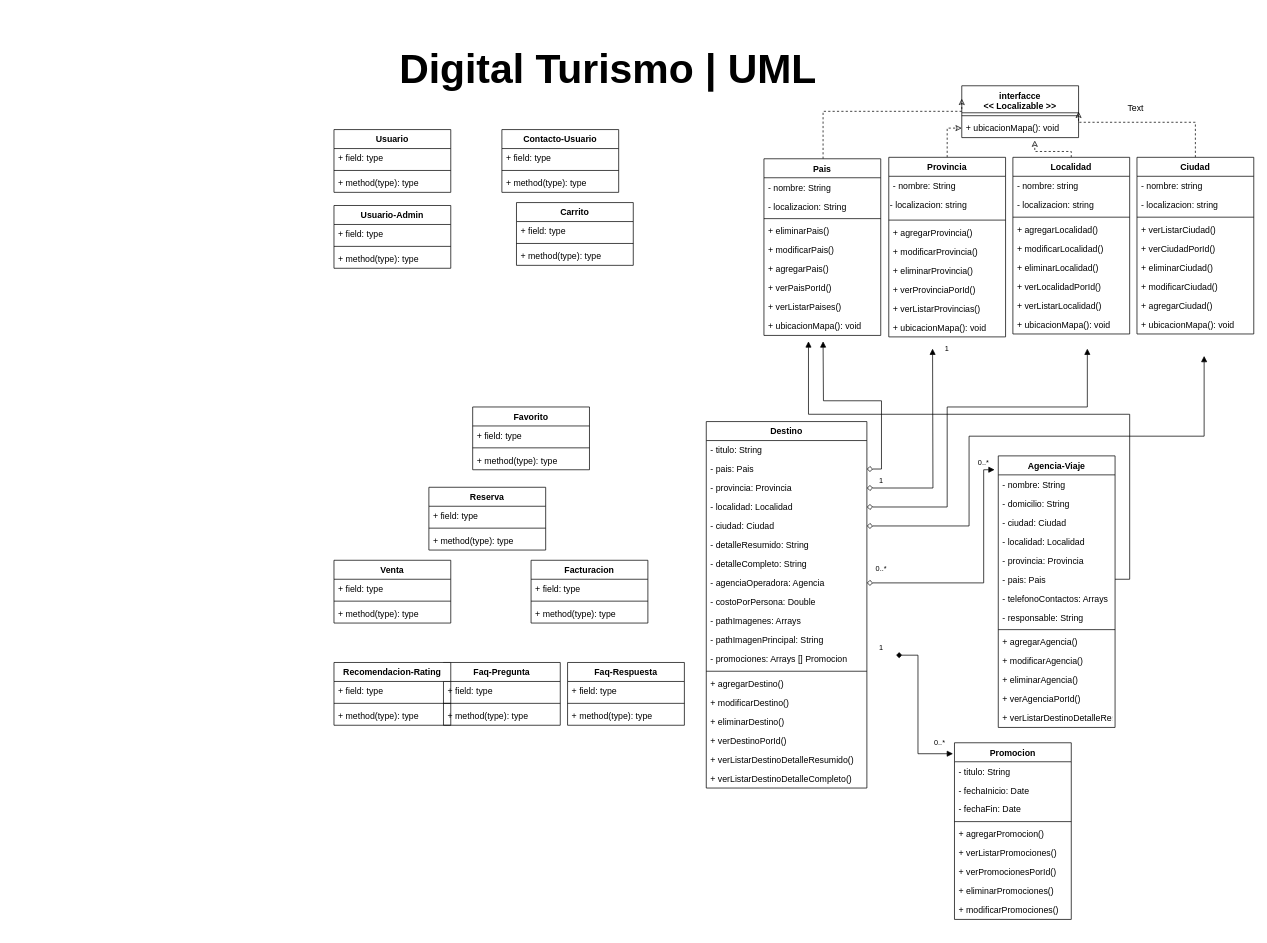
Above: DigitalTurismo-UML-pabloSP.drawio in pablopetito/digitalturismo (draw.io), before the change. Source tidied: cells renumbered, new cells numbered last; positions are measured from the earlier drawing's top-left corner, leaving out a move shared by most shapes. Both pictures are drawn from the tidied source at 73%, with x=0, y=0 at pixel (334, 43).
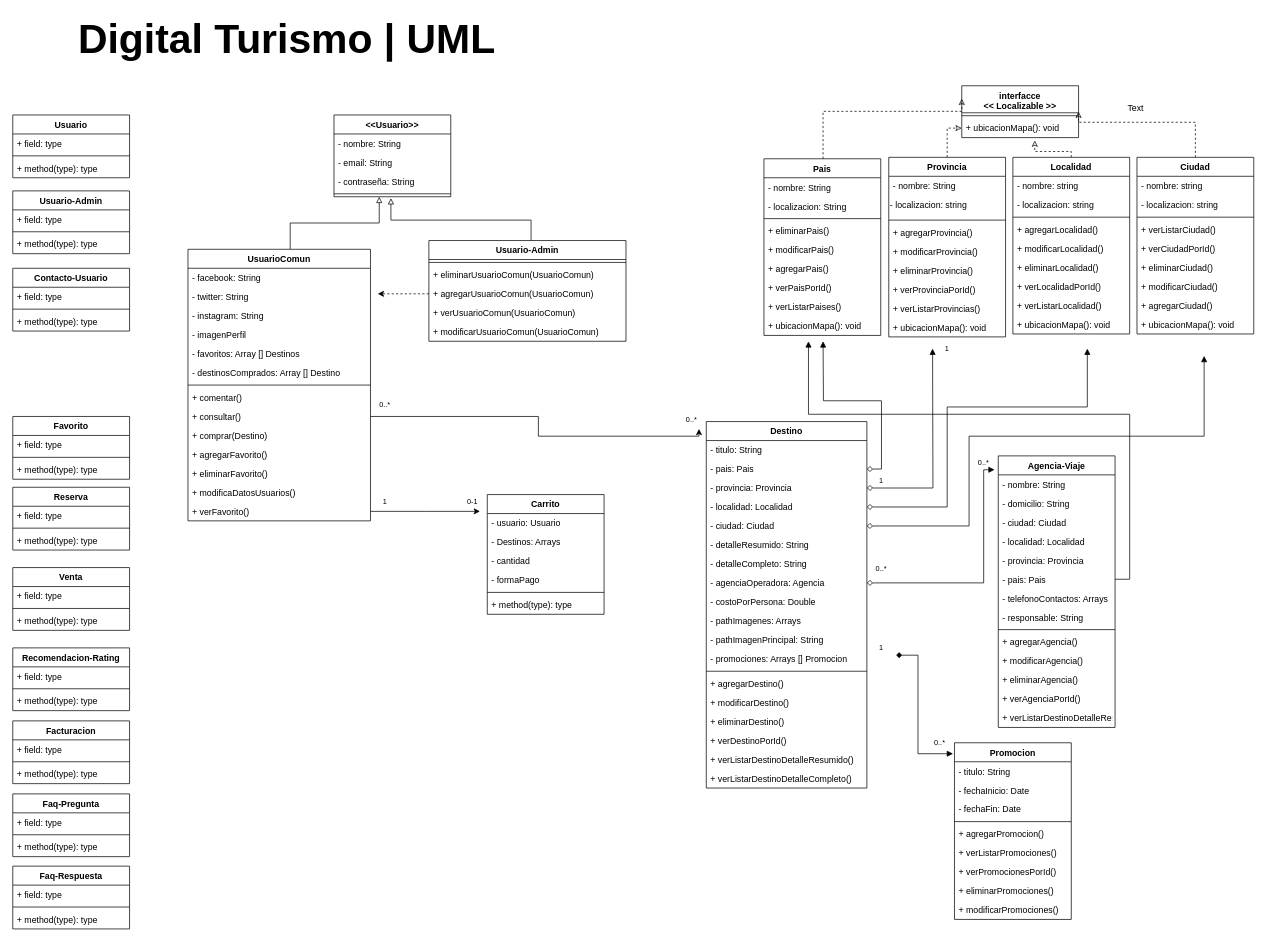
The same page after the edit.

Diff of the diagram source:
```diff
@@
     <mxCell id="2" value="Usuario" style="swimlane;fontStyle=1;align=center;verticalAlign=top;horizontal=1;startSize=26;" parent="1" vertex="1">
-      <mxGeometry y="118" width="160" height="86" as="geometry" />
+      <mxGeometry x="-440" y="98" width="160" height="86" as="geometry" />
     </mxCell>
@@
     <mxCell id="48" value="Favorito" style="swimlane;fontStyle=1;align=center;verticalAlign=top;horizontal=1;startSize=26;" parent="1" vertex="1">
-      <mxGeometry x="190" y="498" width="160" height="86" as="geometry" />
+      <mxGeometry x="-440" y="511" width="160" height="86" as="geometry" />
     </mxCell>
@@
     <mxCell id="62" value="Contacto-Usuario" style="swimlane;fontStyle=1;align=center;verticalAlign=top;horizontal=1;startSize=26;" parent="1" vertex="1">
-      <mxGeometry x="230" y="118" width="160" height="86" as="geometry" />
+      <mxGeometry x="-440" y="308" width="160" height="86" as="geometry" />
     </mxCell>
@@
     <mxCell id="66" value="Faq-Pregunta" style="swimlane;fontStyle=1;align=center;verticalAlign=top;horizontal=1;startSize=26;" parent="1" vertex="1">
-      <mxGeometry x="150" y="848" width="160" height="86" as="geometry" />
+      <mxGeometry x="-440" y="1028" width="160" height="86" as="geometry" />
     </mxCell>
@@
     <mxCell id="70" value="Faq-Respuesta" style="swimlane;fontStyle=1;align=center;verticalAlign=top;horizontal=1;startSize=26;" parent="1" vertex="1">
-      <mxGeometry x="320" y="848" width="160" height="86" as="geometry" />
+      <mxGeometry x="-440" y="1127" width="160" height="86" as="geometry" />
     </mxCell>
@@
     <mxCell id="74" value="Digital Turismo | UML" style="text;html=1;align=center;verticalAlign=middle;fontSize=56;fontStyle=1;" parent="1" vertex="1">
-      <mxGeometry x="80" width="590" height="70" as="geometry" />
+      <mxGeometry x="-360" y="-42" width="590" height="70" as="geometry" />
     </mxCell>
     <mxCell id="75" value="Usuario-Admin" style="swimlane;fontStyle=1;align=center;verticalAlign=top;horizontal=1;startSize=26;" parent="1" vertex="1">
-      <mxGeometry y="222" width="160" height="86" as="geometry" />
+      <mxGeometry x="-440" y="202" width="160" height="86" as="geometry" />
     </mxCell>
@@
     <mxCell id="79" value="Carrito" style="swimlane;fontStyle=1;align=center;verticalAlign=top;horizontal=1;startSize=26;fontSize=12;" parent="1" vertex="1">
-      <mxGeometry x="250" y="218" width="160" height="86" as="geometry" />
+      <mxGeometry x="210" y="618" width="160" height="164" as="geometry" />
     </mxCell>
-    <mxCell id="80" value="+ field: type" style="text;strokeColor=none;fillColor=none;align=left;verticalAlign=top;spacingLeft=4;spacingRight=4;overflow=hidden;points=[[0,0.5],[1,0.5]];portConstraint=eastwest;" parent="79" vertex="1">
+    <mxCell id="80" value="- usuario: Usuario&#10;" style="text;strokeColor=none;fillColor=none;align=left;verticalAlign=top;spacingLeft=4;spacingRight=4;overflow=hidden;points=[[0,0.5],[1,0.5]];portConstraint=eastwest;" parent="79" vertex="1">
       <mxGeometry y="26" width="160" height="26" as="geometry" />
     </mxCell>
+    <mxCell id="155" value="- Destinos: Arrays&#10;" style="text;strokeColor=none;fillColor=none;align=left;verticalAlign=top;spacingLeft=4;spacingRight=4;overflow=hidden;" parent="79" vertex="1">
+      <mxGeometry y="52" width="160" height="26" as="geometry" />
+    </mxCell>
+    <mxCell id="156" value="- cantidad&#10;" style="text;strokeColor=none;fillColor=none;align=left;verticalAlign=top;spacingLeft=4;spacingRight=4;overflow=hidden;" parent="79" vertex="1">
+      <mxGeometry y="78" width="160" height="26" as="geometry" />
+    </mxCell>
+    <mxCell id="157" value="- formaPago&#10;" style="text;strokeColor=none;fillColor=none;align=left;verticalAlign=top;spacingLeft=4;spacingRight=4;overflow=hidden;" parent="79" vertex="1">
+      <mxGeometry y="104" width="160" height="26" as="geometry" />
+    </mxCell>
     <mxCell id="81" style="line;strokeWidth=1;fillColor=none;align=left;verticalAlign=middle;spacingTop=-1;spacingLeft=3;spacingRight=3;labelPosition=right;" parent="79" vertex="1">
-      <mxGeometry y="52" width="160" height="8" as="geometry" />
+      <mxGeometry y="130" width="160" height="8" as="geometry" />
     </mxCell>
     <mxCell id="82" value="+ method(type): type" style="text;strokeColor=none;fillColor=none;align=left;verticalAlign=top;spacingLeft=4;spacingRight=4;overflow=hidden;" parent="79" vertex="1">
-      <mxGeometry y="60" width="160" height="26" as="geometry" />
+      <mxGeometry y="138" width="160" height="26" as="geometry" />
     </mxCell>
@@
     <mxCell id="84" value="Reserva" style="swimlane;fontStyle=1;align=center;verticalAlign=top;horizontal=1;startSize=26;fontSize=12;" parent="1" vertex="1">
-      <mxGeometry x="130" y="608" width="160" height="86" as="geometry" />
+      <mxGeometry x="-440" y="608" width="160" height="86" as="geometry" />
     </mxCell>
@@
     <mxCell id="88" value="Venta" style="swimlane;fontStyle=1;align=center;verticalAlign=top;horizontal=1;startSize=26;fontSize=12;" parent="1" vertex="1">
-      <mxGeometry y="708" width="160" height="86" as="geometry" />
+      <mxGeometry x="-440" y="718" width="160" height="86" as="geometry" />
     </mxCell>
@@
     <mxCell id="92" value="Facturacion" style="swimlane;fontStyle=1;align=center;verticalAlign=top;horizontal=1;startSize=26;fontSize=12;" parent="1" vertex="1">
-      <mxGeometry x="270" y="708" width="160" height="86" as="geometry" />
+      <mxGeometry x="-440" y="928" width="160" height="86" as="geometry" />
     </mxCell>
@@
     <mxCell id="96" value="Recomendacion-Rating" style="swimlane;fontStyle=1;align=center;verticalAlign=top;horizontal=1;startSize=26;fontSize=12;" parent="1" vertex="1">
-      <mxGeometry y="848" width="160" height="86" as="geometry" />
+      <mxGeometry x="-440" y="828" width="160" height="86" as="geometry" />
     </mxCell>
@@
+    <mxCell id="158" value="&lt;&lt;Usuario&gt;&gt;" style="swimlane;fontStyle=1;align=center;verticalAlign=top;horizontal=1;startSize=26;" parent="1" vertex="1">
+      <mxGeometry y="98" width="160" height="112" as="geometry" />
+    </mxCell>
+    <mxCell id="159" value="- nombre: String " style="text;strokeColor=none;fillColor=none;align=left;verticalAlign=top;spacingLeft=4;spacingRight=4;overflow=hidden;" parent="158" vertex="1">
+      <mxGeometry y="26" width="160" height="26" as="geometry" />
+    </mxCell>
+    <mxCell id="160" value="- email: String" style="text;strokeColor=none;fillColor=none;align=left;verticalAlign=top;spacingLeft=4;spacingRight=4;overflow=hidden;" parent="158" vertex="1">
+      <mxGeometry y="52" width="160" height="26" as="geometry" />
+    </mxCell>
+    <mxCell id="161" value="- contraseña: String" style="text;strokeColor=none;fillColor=none;align=left;verticalAlign=top;spacingLeft=4;spacingRight=4;overflow=hidden;" parent="158" vertex="1">
+      <mxGeometry y="78" width="160" height="26" as="geometry" />
+    </mxCell>
+    <mxCell id="162" style="line;strokeWidth=1;fillColor=none;align=left;verticalAlign=middle;spacingTop=-1;spacingLeft=3;spacingRight=3;labelPosition=right;" parent="158" vertex="1">
+      <mxGeometry y="104" width="160" height="8" as="geometry" />
+    </mxCell>
+    <mxCell id="163" style="edgeStyle=orthogonalEdgeStyle;rounded=0;jettySize=auto;html=1;endArrow=block;endFill=0;" parent="1" edge="1" source="164">
+      <mxGeometry relative="1" as="geometry">
+        <mxPoint x="78" y="212" as="targetPoint" />
+        <Array as="points">
+          <mxPoint x="270" y="242" />
+          <mxPoint x="78" y="242" />
+        </Array>
+      </mxGeometry>
+    </mxCell>
+    <mxCell id="164" value="Usuario-Admin" style="swimlane;fontStyle=1;align=center;verticalAlign=top;horizontal=1;startSize=26;" parent="1" vertex="1">
+      <mxGeometry x="130" y="270" width="270" height="138" as="geometry" />
+    </mxCell>
+    <mxCell id="165" style="line;strokeWidth=1;fillColor=none;align=left;verticalAlign=middle;spacingTop=-1;spacingLeft=3;spacingRight=3;labelPosition=right;" parent="164" vertex="1">
+      <mxGeometry y="26" width="270" height="8" as="geometry" />
+    </mxCell>
+    <mxCell id="166" value="+ eliminarUsuarioComun(UsuarioComun)" style="text;strokeColor=none;fillColor=none;align=left;verticalAlign=top;spacingLeft=4;spacingRight=4;overflow=hidden;" parent="164" vertex="1">
+      <mxGeometry y="34" width="270" height="26" as="geometry" />
+    </mxCell>
+    <mxCell id="167" value="+ agregarUsuarioComun(UsuarioComun)" style="text;strokeColor=none;fillColor=none;align=left;verticalAlign=top;spacingLeft=4;spacingRight=4;overflow=hidden;points=[[0,0.5],[1,0.5]];portConstraint=eastwest;" parent="164" vertex="1">
+      <mxGeometry y="60" width="270" height="26" as="geometry" />
+    </mxCell>
+    <mxCell id="168" value="+ verUsuarioComun(UsuarioComun)" style="text;strokeColor=none;fillColor=none;align=left;verticalAlign=top;spacingLeft=4;spacingRight=4;overflow=hidden;" parent="164" vertex="1">
+      <mxGeometry y="86" width="270" height="26" as="geometry" />
+    </mxCell>
+    <mxCell id="169" value="+ modificarUsuarioComun(UsuarioComun)" style="text;strokeColor=none;fillColor=none;align=left;verticalAlign=top;spacingLeft=4;spacingRight=4;overflow=hidden;" parent="164" vertex="1">
+      <mxGeometry y="112" width="270" height="26" as="geometry" />
+    </mxCell>
+    <mxCell id="170" style="edgeStyle=orthogonalEdgeStyle;rounded=0;jettySize=auto;html=1;entryX=0.388;entryY=1;entryDx=0;entryDy=0;entryPerimeter=0;endArrow=block;endFill=0;" parent="1" edge="1" source="171">
+      <mxGeometry relative="1" as="geometry">
+        <mxPoint x="62" y="210" as="targetPoint" />
+        <Array as="points">
+          <mxPoint x="-60" y="246" />
+          <mxPoint x="62" y="246" />
+        </Array>
+      </mxGeometry>
+    </mxCell>
+    <mxCell id="171" value="UsuarioComun" style="swimlane;fontStyle=1;align=center;verticalAlign=top;horizontal=1;startSize=26;" parent="1" vertex="1">
+      <mxGeometry x="-200" y="282" width="250" height="372" as="geometry" />
+    </mxCell>
+    <mxCell id="172" value="- facebook: String " style="text;strokeColor=none;fillColor=none;align=left;verticalAlign=top;spacingLeft=4;spacingRight=4;overflow=hidden;" parent="171" vertex="1">
+      <mxGeometry y="26" width="250" height="26" as="geometry" />
+    </mxCell>
+    <mxCell id="173" value="- twitter: String " style="text;strokeColor=none;fillColor=none;align=left;verticalAlign=top;spacingLeft=4;spacingRight=4;overflow=hidden;" parent="171" vertex="1">
+      <mxGeometry y="52" width="250" height="26" as="geometry" />
+    </mxCell>
+    <mxCell id="174" value="- instagram: String " style="text;strokeColor=none;fillColor=none;align=left;verticalAlign=top;spacingLeft=4;spacingRight=4;overflow=hidden;" parent="171" vertex="1">
+      <mxGeometry y="78" width="250" height="26" as="geometry" />
+    </mxCell>
+    <mxCell id="175" value="- imagenPerfil" style="text;strokeColor=none;fillColor=none;align=left;verticalAlign=top;spacingLeft=4;spacingRight=4;overflow=hidden;" parent="171" vertex="1">
+      <mxGeometry y="104" width="250" height="26" as="geometry" />
+    </mxCell>
+    <mxCell id="176" value="- favoritos: Array [] Destinos" style="text;strokeColor=none;fillColor=none;align=left;verticalAlign=top;spacingLeft=4;spacingRight=4;overflow=hidden;" parent="171" vertex="1">
+      <mxGeometry y="130" width="250" height="26" as="geometry" />
+    </mxCell>
+    <mxCell id="177" value="- destinosComprados: Array [] Destino" style="text;strokeColor=none;fillColor=none;align=left;verticalAlign=top;spacingLeft=4;spacingRight=4;overflow=hidden;" parent="171" vertex="1">
+      <mxGeometry y="156" width="250" height="26" as="geometry" />
+    </mxCell>
+    <mxCell id="178" style="line;strokeWidth=1;fillColor=none;align=left;verticalAlign=middle;spacingTop=-1;spacingLeft=3;spacingRight=3;labelPosition=right;" parent="171" vertex="1">
+      <mxGeometry y="182" width="250" height="8" as="geometry" />
+    </mxCell>
+    <mxCell id="179" value="+ comentar()" style="text;strokeColor=none;fillColor=none;align=left;verticalAlign=top;spacingLeft=4;spacingRight=4;overflow=hidden;" parent="171" vertex="1">
+      <mxGeometry y="190" width="250" height="26" as="geometry" />
+    </mxCell>
+    <mxCell id="180" value="+ consultar()" style="text;strokeColor=none;fillColor=none;align=left;verticalAlign=top;spacingLeft=4;spacingRight=4;overflow=hidden;points=[[0,0.5],[1,0.5]];portConstraint=eastwest;" parent="171" vertex="1">
+      <mxGeometry y="216" width="250" height="26" as="geometry" />
+    </mxCell>
+    <mxCell id="181" value="+ comprar(Destino)" style="text;strokeColor=none;fillColor=none;align=left;verticalAlign=top;spacingLeft=4;spacingRight=4;overflow=hidden;" parent="171" vertex="1">
+      <mxGeometry y="242" width="250" height="26" as="geometry" />
+    </mxCell>
+    <mxCell id="182" value="+ agregarFavorito()" style="text;strokeColor=none;fillColor=none;align=left;verticalAlign=top;spacingLeft=4;spacingRight=4;overflow=hidden;" parent="171" vertex="1">
+      <mxGeometry y="268" width="250" height="26" as="geometry" />
+    </mxCell>
+    <mxCell id="183" value="+ eliminarFavorito()" style="text;strokeColor=none;fillColor=none;align=left;verticalAlign=top;spacingLeft=4;spacingRight=4;overflow=hidden;" parent="171" vertex="1">
+      <mxGeometry y="294" width="250" height="26" as="geometry" />
+    </mxCell>
+    <mxCell id="184" value="+ modificaDatosUsuarios()" style="text;strokeColor=none;fillColor=none;align=left;verticalAlign=top;spacingLeft=4;spacingRight=4;overflow=hidden;" parent="171" vertex="1">
+      <mxGeometry y="320" width="250" height="26" as="geometry" />
+    </mxCell>
+    <mxCell id="185" value="+ verFavorito()" style="text;strokeColor=none;fillColor=none;align=left;verticalAlign=top;spacingLeft=4;spacingRight=4;overflow=hidden;points=[[0,0.5],[1,0.5]];portConstraint=eastwest;" parent="171" vertex="1">
+      <mxGeometry y="346" width="250" height="26" as="geometry" />
+    </mxCell>
+    <mxCell id="186" value="0..*" style="text;html=1;strokeColor=none;fillColor=none;align=center;verticalAlign=middle;whiteSpace=wrap;rounded=0;fontSize=10;" parent="1" vertex="1">
+      <mxGeometry x="50" y="485" width="40" height="20" as="geometry" />
+    </mxCell>
+    <mxCell id="187" style="edgeStyle=orthogonalEdgeStyle;rounded=0;jettySize=auto;html=1;exitX=0;exitY=0.5;exitDx=0;exitDy=0;startArrow=none;startFill=0;dashed=1;" parent="1" edge="1" source="167">
+      <mxGeometry relative="1" as="geometry">
+        <mxPoint x="60" y="343" as="targetPoint" />
+      </mxGeometry>
+    </mxCell>
+    <mxCell id="188" style="edgeStyle=orthogonalEdgeStyle;rounded=0;jettySize=auto;html=1;" parent="1" edge="1" source="180">
+      <mxGeometry relative="1" as="geometry">
+        <mxPoint x="500" y="528" as="targetPoint" />
+        <Array as="points">
+          <mxPoint x="280" y="511" />
+          <mxPoint x="280" y="538" />
+          <mxPoint x="500" y="538" />
+        </Array>
+      </mxGeometry>
+    </mxCell>
+    <mxCell id="189" value="0..*" style="text;html=1;strokeColor=none;fillColor=none;align=center;verticalAlign=middle;whiteSpace=wrap;rounded=0;fontSize=10;" parent="1" vertex="1">
+      <mxGeometry x="470" y="505" width="40" height="20" as="geometry" />
+    </mxCell>
+    <mxCell id="190" style="edgeStyle=orthogonalEdgeStyle;rounded=0;jettySize=auto;html=1;" parent="1" edge="1" source="185">
+      <mxGeometry relative="1" as="geometry">
+        <mxPoint x="200" y="641" as="targetPoint" />
+      </mxGeometry>
+    </mxCell>
+    <mxCell id="191" value="1" style="text;html=1;strokeColor=none;fillColor=none;align=center;verticalAlign=middle;whiteSpace=wrap;rounded=0;fontSize=10;" parent="1" vertex="1">
+      <mxGeometry x="50" y="618" width="40" height="20" as="geometry" />
+    </mxCell>
+    <mxCell id="192" value="0-1" style="text;html=1;strokeColor=none;fillColor=none;align=center;verticalAlign=middle;whiteSpace=wrap;rounded=0;fontSize=10;" parent="1" vertex="1">
+      <mxGeometry x="170" y="618" width="40" height="20" as="geometry" />
+    </mxCell>
```
